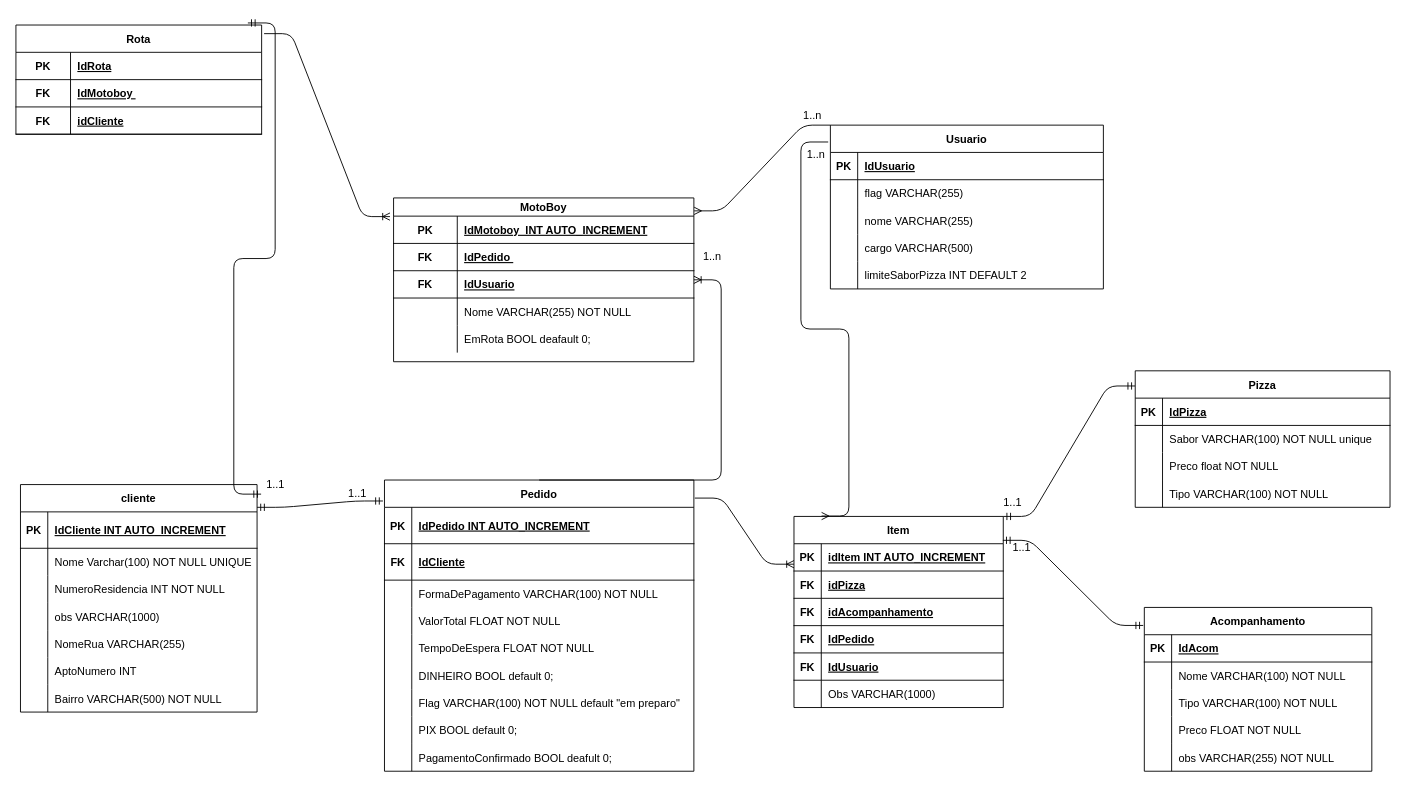
Above: DER/derLogico.drawio in Nicolas-Peluso/Gerenciador-De-Pedidos-Pizzaria (draw.io), before the change. Source tidied: cells renumbered, new cells numbered last; positions are measured from the earlier drawing's top-left corner, leaving out a move shared by most shapes. Both pictures are drawn from the tidied source at 91%, with x=0, y=0 at pixel (15, 25).
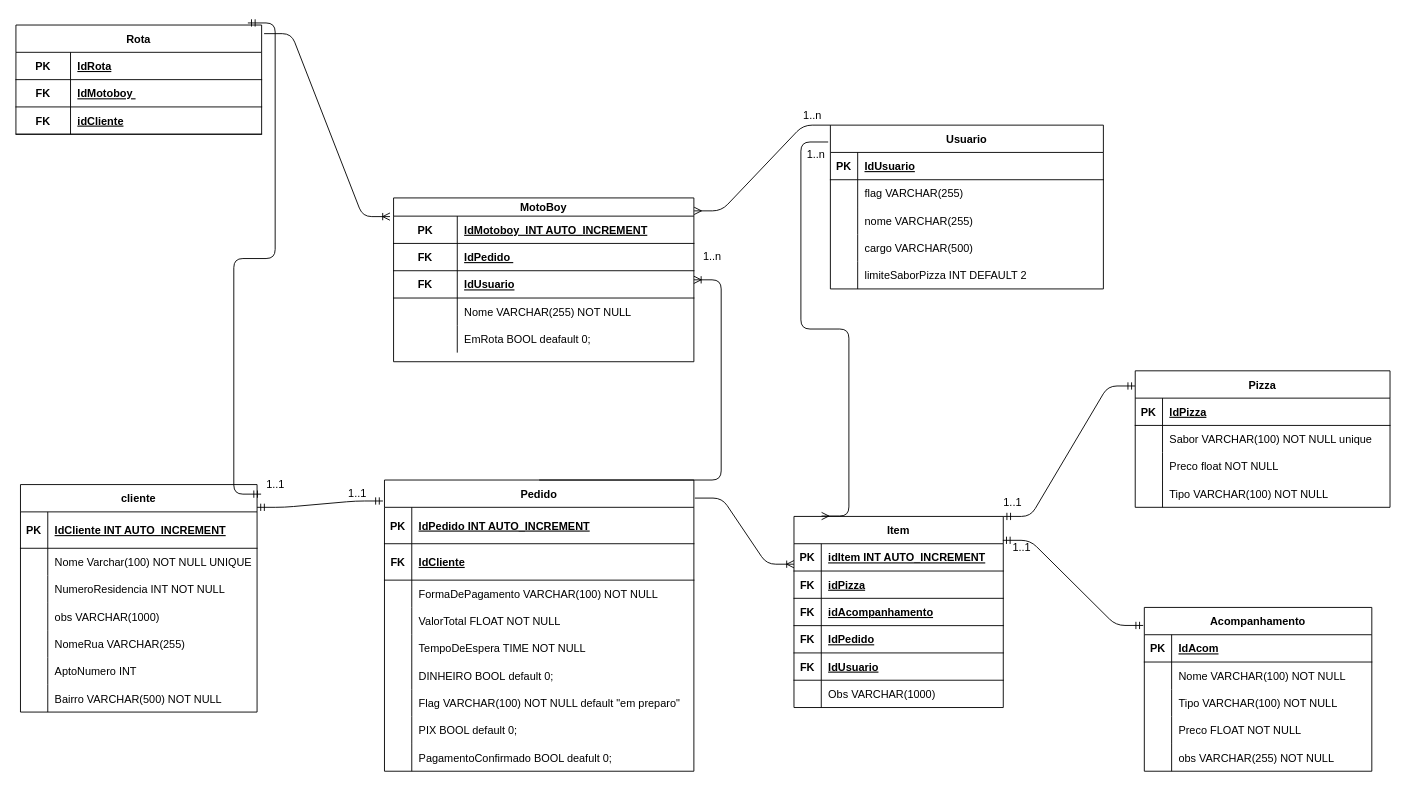
After the change.

Unchanged cells that the change refers to:
```xml
<mxCell id="37" style="shape=tableRow;horizontal=0;startSize=0;swimlaneHead=0;swimlaneBody=0;fillColor=none;top=0;left=0;right=0;bottom=0;" parent="24" vertex="1">
  <mxGeometry y="170" width="340" height="30" as="geometry" />
</mxCell>
```

Change to the diagram source:
```diff
@@
-    <mxCell id="39" value="TempoDeEspera FLOAT NOT NULL" style="shape=partialRectangle;fillColor=none;top=0;left=0;bottom=0;right=0;align=left;spacingLeft=6;overflow=hidden;" parent="37" vertex="1">
+    <mxCell id="39" value="TempoDeEspera TIME NOT NULL" style="shape=partialRectangle;fillColor=none;top=0;left=0;bottom=0;right=0;align=left;spacingLeft=6;overflow=hidden;" parent="37" vertex="1">
       <mxGeometry x="30" width="310" height="30" as="geometry" />
     </mxCell>
```
